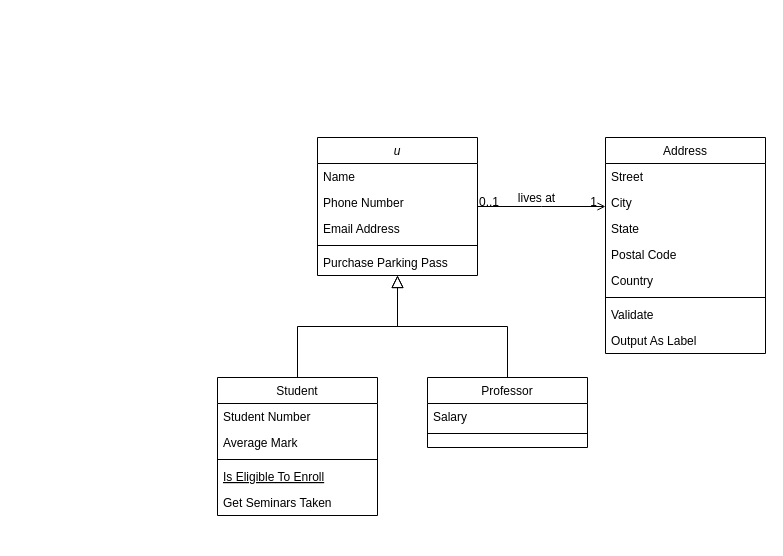
This is Diagrama sin título.drawio from Alexis-2301/Prueba, a draw.io file, before an edit. Source tidied: cells renumbered, new cells numbered last; positions are measured from the earlier drawing's top-left corner, leaving out a move shared by most shapes. Both pictures are drawn from the tidied source at 100%, with x=0, y=0 at pixel (217, 137).
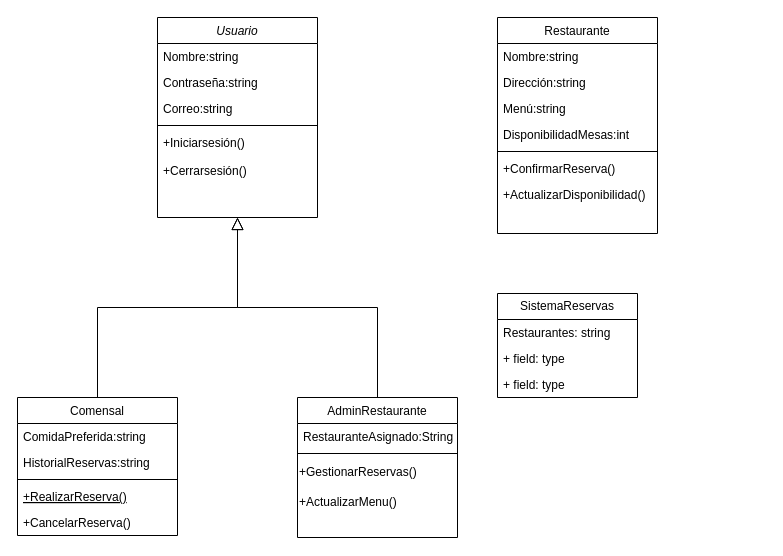
The same page after the edit.

Change to the diagram source:
```diff
@@
-    <mxCell id="2" value="u" style="swimlane;fontStyle=2;align=center;verticalAlign=top;horizontal=1;startSize=26;rounded=0;shadow=0;strokeWidth=1;" parent="1" vertex="1">
-      <mxGeometry x="100" width="160" height="138" as="geometry" />
+    <mxCell id="2" value="Usuario" style="swimlane;fontStyle=2;align=center;verticalAlign=top;horizontal=1;startSize=26;rounded=0;shadow=0;strokeWidth=1;" parent="1" vertex="1">
+      <mxGeometry x="-60" y="-120" width="160" height="200" as="geometry" />
     </mxCell>
-    <mxCell id="3" value="Name" style="text;align=left;verticalAlign=top;spacingLeft=4;spacingRight=4;overflow=hidden;" parent="2" vertex="1">
+    <mxCell id="3" value="Nombre:string" style="text;align=left;verticalAlign=top;spacingLeft=4;spacingRight=4;overflow=hidden;" parent="2" vertex="1">
       <mxGeometry y="26" width="160" height="26" as="geometry" />
     </mxCell>
-    <mxCell id="4" value="Phone Number" style="text;align=left;verticalAlign=top;spacingLeft=4;spacingRight=4;overflow=hidden;rounded=0;shadow=0;html=0;" parent="2" vertex="1">
+    <mxCell id="4" value="Contraseña:string" style="text;align=left;verticalAlign=top;spacingLeft=4;spacingRight=4;overflow=hidden;rounded=0;shadow=0;html=0;" parent="2" vertex="1">
       <mxGeometry y="52" width="160" height="26" as="geometry" />
     </mxCell>
-    <mxCell id="5" value="Email Address" style="text;align=left;verticalAlign=top;spacingLeft=4;spacingRight=4;overflow=hidden;rounded=0;shadow=0;html=0;" parent="2" vertex="1">
+    <mxCell id="5" value="Correo:string" style="text;align=left;verticalAlign=top;spacingLeft=4;spacingRight=4;overflow=hidden;rounded=0;shadow=0;html=0;" parent="2" vertex="1">
       <mxGeometry y="78" width="160" height="26" as="geometry" />
     </mxCell>
@@
-    <mxCell id="7" value="Purchase Parking Pass" style="text;align=left;verticalAlign=top;spacingLeft=4;spacingRight=4;overflow=hidden;" parent="2" vertex="1">
-      <mxGeometry y="112" width="160" height="26" as="geometry" />
+    <mxCell id="7" value="+Iniciarsesión()&#10;" style="text;align=left;verticalAlign=top;spacingLeft=4;spacingRight=4;overflow=hidden;" parent="2" vertex="1">
+      <mxGeometry y="112" width="160" height="28" as="geometry" />
     </mxCell>
+    <mxCell id="32" value="+Cerrarsesión()&#10;" style="text;align=left;verticalAlign=top;spacingLeft=4;spacingRight=4;overflow=hidden;" parent="2" vertex="1">
+      <mxGeometry y="140" width="160" height="28" as="geometry" />
+    </mxCell>
-    <mxCell id="8" value="Student" style="swimlane;fontStyle=0;align=center;verticalAlign=top;horizontal=1;startSize=26;rounded=0;shadow=0;strokeWidth=1;" parent="1" vertex="1">
-      <mxGeometry y="240" width="160" height="138" as="geometry" />
+    <mxCell id="8" value="Comensal" style="swimlane;fontStyle=0;align=center;verticalAlign=top;horizontal=1;startSize=26;rounded=0;shadow=0;strokeWidth=1;" parent="1" vertex="1">
+      <mxGeometry x="-200" y="260" width="160" height="138" as="geometry" />
     </mxCell>
-    <mxCell id="9" value="Student Number" style="text;align=left;verticalAlign=top;spacingLeft=4;spacingRight=4;overflow=hidden;" parent="8" vertex="1">
+    <mxCell id="9" value="ComidaPreferida:string" style="text;align=left;verticalAlign=top;spacingLeft=4;spacingRight=4;overflow=hidden;" parent="8" vertex="1">
       <mxGeometry y="26" width="160" height="26" as="geometry" />
     </mxCell>
-    <mxCell id="10" value="Average Mark" style="text;align=left;verticalAlign=top;spacingLeft=4;spacingRight=4;overflow=hidden;rounded=0;shadow=0;html=0;" parent="8" vertex="1">
+    <mxCell id="10" value="HistorialReservas:string" style="text;align=left;verticalAlign=top;spacingLeft=4;spacingRight=4;overflow=hidden;rounded=0;shadow=0;html=0;" parent="8" vertex="1">
       <mxGeometry y="52" width="160" height="26" as="geometry" />
     </mxCell>
@@
-    <mxCell id="12" value="Is Eligible To Enroll" style="text;align=left;verticalAlign=top;spacingLeft=4;spacingRight=4;overflow=hidden;fontStyle=4;" parent="8" vertex="1">
+    <mxCell id="12" value="+RealizarReserva()" style="text;align=left;verticalAlign=top;spacingLeft=4;spacingRight=4;overflow=hidden;fontStyle=4;" parent="8" vertex="1">
       <mxGeometry y="86" width="160" height="26" as="geometry" />
     </mxCell>
-    <mxCell id="13" value="Get Seminars Taken" style="text;align=left;verticalAlign=top;spacingLeft=4;spacingRight=4;overflow=hidden;" parent="8" vertex="1">
+    <mxCell id="13" value="+CancelarReserva()" style="text;align=left;verticalAlign=top;spacingLeft=4;spacingRight=4;overflow=hidden;" parent="8" vertex="1">
       <mxGeometry y="112" width="160" height="26" as="geometry" />
     </mxCell>
@@
-    <mxCell id="15" value="Professor" style="swimlane;fontStyle=0;align=center;verticalAlign=top;horizontal=1;startSize=26;rounded=0;shadow=0;strokeWidth=1;" parent="1" vertex="1">
-      <mxGeometry x="210" y="240" width="160" height="70" as="geometry" />
+    <mxCell id="15" value="AdminRestaurante" style="swimlane;fontStyle=0;align=center;verticalAlign=top;horizontal=1;startSize=26;rounded=0;shadow=0;strokeWidth=1;" parent="1" vertex="1">
+      <mxGeometry x="80" y="260" width="160" height="140" as="geometry" />
     </mxCell>
-    <mxCell id="16" value="Salary" style="text;align=left;verticalAlign=top;spacingLeft=4;spacingRight=4;overflow=hidden;" parent="15" vertex="1">
+    <mxCell id="16" value="RestauranteAsignado:String" style="text;align=left;verticalAlign=top;spacingLeft=4;spacingRight=4;overflow=hidden;" parent="15" vertex="1">
       <mxGeometry y="26" width="160" height="26" as="geometry" />
     </mxCell>
@@
+    <mxCell id="33" value="&lt;div&gt;+GestionarReservas()&lt;/div&gt;" style="text;html=1;align=left;verticalAlign=middle;strokeColor=none;fillColor=none;" parent="15" vertex="1">
+      <mxGeometry y="60" width="160" height="30" as="geometry" />
+    </mxCell>
+    <mxCell id="34" value="&lt;div&gt;+ActualizarMenu()&lt;/div&gt;" style="text;html=1;align=left;verticalAlign=middle;strokeColor=none;fillColor=none;" parent="15" vertex="1">
+      <mxGeometry y="90" width="160" height="30" as="geometry" />
+    </mxCell>
@@
-    <mxCell id="19" value="Address" style="swimlane;fontStyle=0;align=center;verticalAlign=top;horizontal=1;startSize=26;rounded=0;shadow=0;strokeWidth=1;" parent="1" vertex="1">
-      <mxGeometry x="388" width="160" height="216" as="geometry" />
+    <mxCell id="19" value="Restaurante" style="swimlane;fontStyle=0;align=center;verticalAlign=top;horizontal=1;startSize=26;rounded=0;shadow=0;strokeWidth=1;" parent="1" vertex="1">
+      <mxGeometry x="280" y="-120" width="160" height="216" as="geometry" />
     </mxCell>
-    <mxCell id="20" value="Street" style="text;align=left;verticalAlign=top;spacingLeft=4;spacingRight=4;overflow=hidden;" parent="19" vertex="1">
+    <mxCell id="20" value="Nombre:string" style="text;align=left;verticalAlign=top;spacingLeft=4;spacingRight=4;overflow=hidden;" parent="19" vertex="1">
       <mxGeometry y="26" width="160" height="26" as="geometry" />
     </mxCell>
-    <mxCell id="21" value="City" style="text;align=left;verticalAlign=top;spacingLeft=4;spacingRight=4;overflow=hidden;rounded=0;shadow=0;html=0;" parent="19" vertex="1">
+    <mxCell id="21" value="Dirección:string" style="text;align=left;verticalAlign=top;spacingLeft=4;spacingRight=4;overflow=hidden;rounded=0;shadow=0;html=0;" parent="19" vertex="1">
       <mxGeometry y="52" width="160" height="26" as="geometry" />
     </mxCell>
-    <mxCell id="22" value="State" style="text;align=left;verticalAlign=top;spacingLeft=4;spacingRight=4;overflow=hidden;rounded=0;shadow=0;html=0;" parent="19" vertex="1">
+    <mxCell id="22" value="Menú:string" style="text;align=left;verticalAlign=top;spacingLeft=4;spacingRight=4;overflow=hidden;rounded=0;shadow=0;html=0;" parent="19" vertex="1">
       <mxGeometry y="78" width="160" height="26" as="geometry" />
     </mxCell>
-    <mxCell id="23" value="Postal Code" style="text;align=left;verticalAlign=top;spacingLeft=4;spacingRight=4;overflow=hidden;rounded=0;shadow=0;html=0;" parent="19" vertex="1">
+    <mxCell id="23" value="DisponibilidadMesas:int" style="text;align=left;verticalAlign=top;spacingLeft=4;spacingRight=4;overflow=hidden;rounded=0;shadow=0;html=0;" parent="19" vertex="1">
       <mxGeometry y="104" width="160" height="26" as="geometry" />
     </mxCell>
-    <mxCell id="24" value="Country" style="text;align=left;verticalAlign=top;spacingLeft=4;spacingRight=4;overflow=hidden;rounded=0;shadow=0;html=0;" parent="19" vertex="1">
-      <mxGeometry y="130" width="160" height="26" as="geometry" />
-    </mxCell>
     <mxCell id="25" style="line;html=1;strokeWidth=1;align=left;verticalAlign=middle;spacingTop=-1;spacingLeft=3;spacingRight=3;labelPosition=right;" parent="19" vertex="1">
-      <mxGeometry y="156" width="160" height="8" as="geometry" />
+      <mxGeometry y="130" width="160" height="8" as="geometry" />
     </mxCell>
-    <mxCell id="26" value="Validate" style="text;align=left;verticalAlign=top;spacingLeft=4;spacingRight=4;overflow=hidden;" parent="19" vertex="1">
-      <mxGeometry y="164" width="160" height="26" as="geometry" />
+    <mxCell id="26" value="+ConfirmarReserva()" style="text;align=left;verticalAlign=top;spacingLeft=4;spacingRight=4;overflow=hidden;" parent="19" vertex="1">
+      <mxGeometry y="138" width="160" height="26" as="geometry" />
     </mxCell>
-    <mxCell id="27" value="Output As Label" style="text;align=left;verticalAlign=top;spacingLeft=4;spacingRight=4;overflow=hidden;" parent="19" vertex="1">
-      <mxGeometry y="190" width="160" height="26" as="geometry" />
+    <mxCell id="27" value="+ActualizarDisponibilidad()" style="text;align=left;verticalAlign=top;spacingLeft=4;spacingRight=4;overflow=hidden;" parent="19" vertex="1">
+      <mxGeometry y="164" width="160" height="26" as="geometry" />
     </mxCell>
-    <mxCell id="28" style="endArrow=open;shadow=0;strokeWidth=1;rounded=0;curved=0;endFill=1;edgeStyle=elbowEdgeStyle;elbow=vertical;" parent="1" edge="1" source="2" target="19">
-      <mxGeometry x="0.5" y="41" relative="1" as="geometry">
-        <mxPoint x="-40" y="32" as="offset" />
-      </mxGeometry>
-    </mxCell>
-    <mxCell id="29" value="0..1" style="align=left;verticalAlign=bottom;labelBackgroundColor=none;fontSize=12;" parent="28" vertex="1">
-      <mxGeometry x="-1" relative="1" as="geometry">
-        <mxPoint y="4" as="offset" />
-      </mxGeometry>
-    </mxCell>
-    <mxCell id="30" value="1" style="align=right;verticalAlign=bottom;labelBackgroundColor=none;fontSize=12;" parent="28" vertex="1">
-      <mxGeometry x="1" relative="1" as="geometry">
-        <mxPoint x="-7" y="4" as="offset" />
-      </mxGeometry>
-    </mxCell>
-    <mxCell id="31" value="lives at" style="text;html=1;align=center;verticalAlign=middle;labelBackgroundColor=none;rounded=0;shadow=0;strokeWidth=1;fontSize=12;" parent="28" vertex="1">
-      <mxGeometry x="0.5" y="49" relative="1" as="geometry">
-        <mxPoint x="-38" y="40" as="offset" />
-      </mxGeometry>
-    </mxCell>
+    <mxCell id="35" value="SistemaReservas" style="swimlane;fontStyle=0;horizontal=1;startSize=26;fillColor=none;whiteSpace=wrap;html=1;" parent="1" vertex="1">
+      <mxGeometry x="280" y="156" width="140" height="104" as="geometry" />
+    </mxCell>
+    <mxCell id="36" value="Restaurantes: string" style="text;strokeColor=none;fillColor=none;align=left;verticalAlign=top;spacingLeft=4;spacingRight=4;overflow=hidden;whiteSpace=wrap;html=1;" parent="35" vertex="1">
+      <mxGeometry y="26" width="140" height="26" as="geometry" />
+    </mxCell>
+    <mxCell id="37" value="+ field: type" style="text;strokeColor=none;fillColor=none;align=left;verticalAlign=top;spacingLeft=4;spacingRight=4;overflow=hidden;whiteSpace=wrap;html=1;" parent="35" vertex="1">
+      <mxGeometry y="52" width="140" height="26" as="geometry" />
+    </mxCell>
+    <mxCell id="38" value="+ field: type" style="text;strokeColor=none;fillColor=none;align=left;verticalAlign=top;spacingLeft=4;spacingRight=4;overflow=hidden;whiteSpace=wrap;html=1;" parent="35" vertex="1">
+      <mxGeometry y="78" width="140" height="26" as="geometry" />
+    </mxCell>
```
